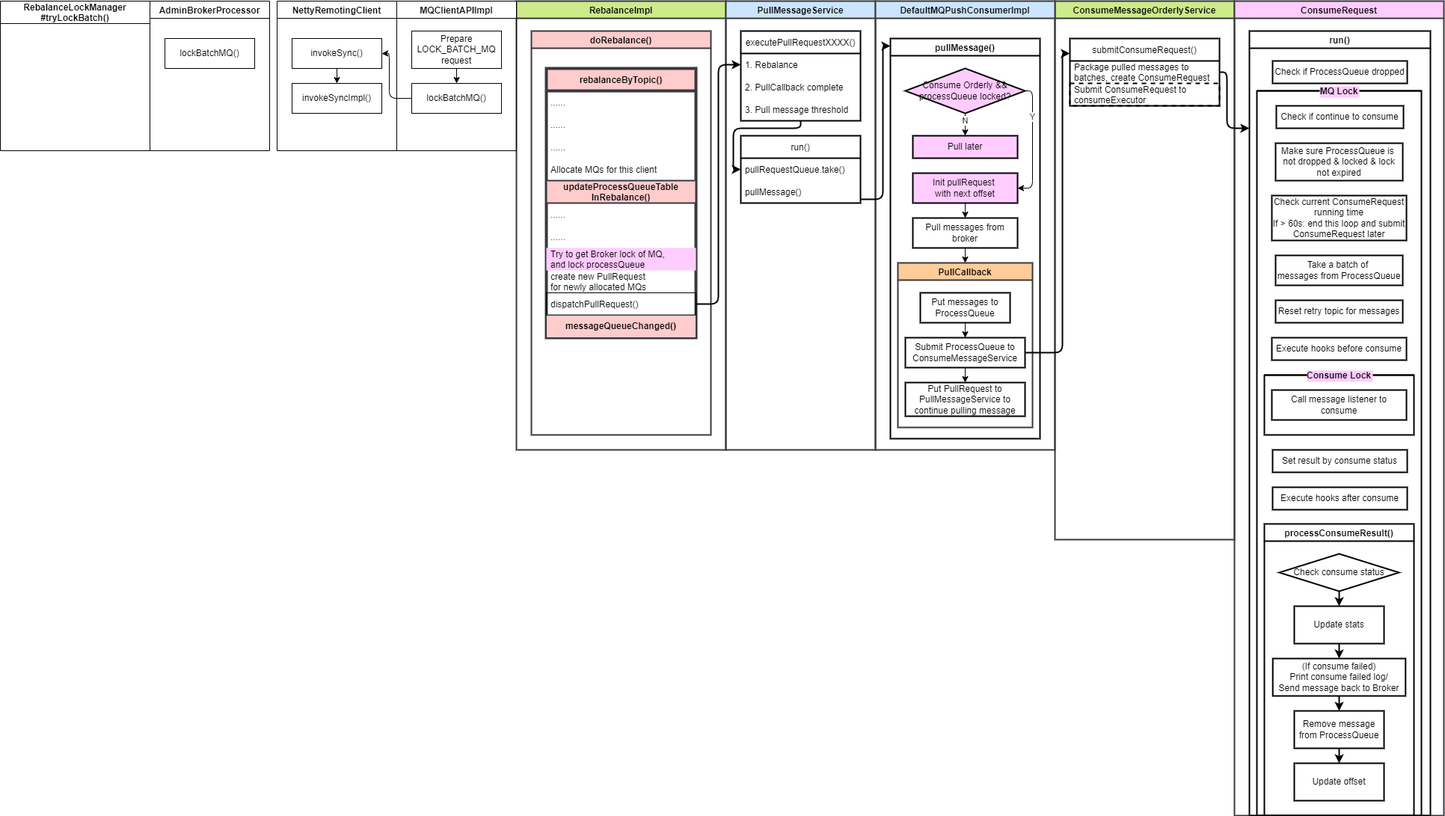
This is assets/rocketmq-consume-message/rocketmq-consumer-message-consume-orderly-process.drawio.png from HScarb/knowledge, a draw.io export, as it was before one commit. Source tidied: cells renumbered, new cells last; positions are measured from the earlier drawing's top-left corner, leaving out a move shared by most shapes.
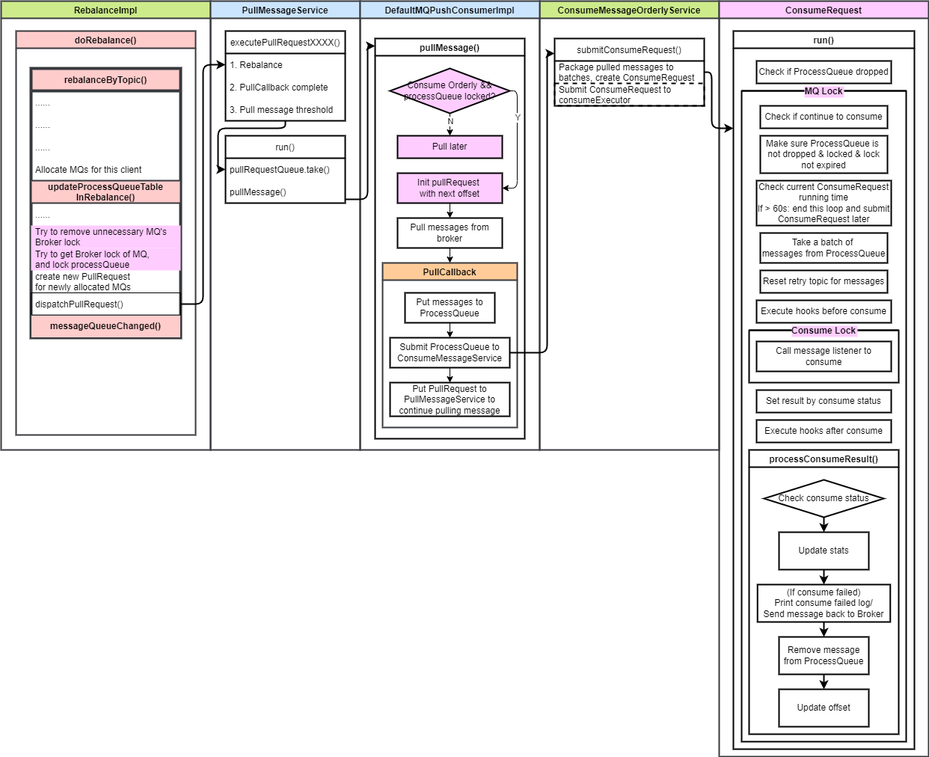
After the commit.

Commit message:
Update consume orderly

Diff of the diagram source:
```diff
@@ -3,7 +3,7 @@
     <mxCell id="0" />
     <mxCell id="1" parent="0" />
     <mxCell id="2" value="ConsumeMessageOrderlyService" style="swimlane;fillColor=#cdeb8b;strokeColor=#36393d;strokeWidth=2;" parent="1" vertex="1">
-      <mxGeometry x="1410" width="240" height="720" as="geometry" />
+      <mxGeometry x="1410" width="240" height="600" as="geometry" />
     </mxCell>
     <mxCell id="3" value="submitConsumeRequest()" style="swimlane;fontStyle=0;horizontal=1;startSize=30;strokeWidth=2;" parent="2" vertex="1">
       <mxGeometry x="20" y="50" width="200" height="90" as="geometry" />
@@ -15,49 +15,49 @@
       <mxGeometry y="60" width="200" height="30" as="geometry" />
     </mxCell>
     <mxCell id="6" value="ConsumeRequest" style="swimlane;fillColor=#FFCCFF;strokeColor=#36393d;strokeWidth=2;" parent="1" vertex="1">
-      <mxGeometry x="1650" width="280" height="1089" as="geometry" />
+      <mxGeometry x="1650" width="280" height="1010" as="geometry" />
     </mxCell>
     <mxCell id="7" value="run()" style="swimlane;labelBackgroundColor=none;strokeWidth=2;" parent="6" vertex="1">
-      <mxGeometry x="20" y="40" width="242" height="1049" as="geometry" />
+      <mxGeometry x="19" y="40" width="242" height="960" as="geometry" />
     </mxCell>
     <mxCell id="8" value="Check if ProcessQueue dropped" style="rounded=0;whiteSpace=wrap;html=1;labelBackgroundColor=none;strokeWidth=2;" parent="7" vertex="1">
       <mxGeometry x="31" y="40" width="180" height="30" as="geometry" />
     </mxCell>
     <mxCell id="9" value="MQ Lock" style="swimlane;startSize=0;labelBackgroundColor=#FFCCFF;strokeWidth=2;fillColor=#FFCCFF;" parent="7" vertex="1">
-      <mxGeometry x="10" y="80" width="220" height="969" as="geometry" />
+      <mxGeometry x="11" y="80" width="220" height="870" as="geometry" />
     </mxCell>
     <mxCell id="10" value="Check if continue to consume" style="rounded=0;whiteSpace=wrap;html=1;labelBackgroundColor=none;strokeWidth=2;" parent="9" vertex="1">
-      <mxGeometry x="26" y="20" width="170" height="30" as="geometry" />
+      <mxGeometry x="25" y="20" width="170" height="30" as="geometry" />
     </mxCell>
     <mxCell id="11" value="Check current ConsumeRequest&lt;br&gt;running time&lt;br&gt;If &amp;gt; 60s: end this loop and submit ConsumeRequest later" style="rounded=0;whiteSpace=wrap;html=1;labelBackgroundColor=none;strokeWidth=2;" parent="9" vertex="1">
-      <mxGeometry x="20" y="140" width="180" height="60" as="geometry" />
+      <mxGeometry x="20" y="120" width="180" height="60" as="geometry" />
     </mxCell>
     <mxCell id="12" value="Take a batch of &lt;br&gt;messages from ProcessQueue" style="rounded=0;whiteSpace=wrap;html=1;labelBackgroundColor=none;strokeWidth=2;" parent="9" vertex="1">
-      <mxGeometry x="25" y="220" width="170" height="40" as="geometry" />
+      <mxGeometry x="25" y="190" width="170" height="40" as="geometry" />
     </mxCell>
     <mxCell id="13" value="Reset retry topic for messages" style="rounded=0;whiteSpace=wrap;html=1;labelBackgroundColor=none;strokeWidth=2;" parent="9" vertex="1">
-      <mxGeometry x="25" y="280" width="170" height="30" as="geometry" />
+      <mxGeometry x="25" y="240" width="170" height="30" as="geometry" />
     </mxCell>
     <mxCell id="14" value="Make sure ProcessQueue is&amp;nbsp;&lt;br&gt;not dropped &amp;amp; locked &amp;amp; lock not expired" style="rounded=0;whiteSpace=wrap;html=1;labelBackgroundColor=none;strokeWidth=2;" parent="9" vertex="1">
-      <mxGeometry x="25" y="70" width="170" height="50" as="geometry" />
+      <mxGeometry x="25" y="60" width="170" height="50" as="geometry" />
     </mxCell>
     <mxCell id="15" value="Execute hooks before consume" style="rounded=0;whiteSpace=wrap;html=1;labelBackgroundColor=none;strokeWidth=2;" parent="9" vertex="1">
-      <mxGeometry x="20" y="330" width="180" height="30" as="geometry" />
+      <mxGeometry x="20" y="280" width="180" height="30" as="geometry" />
     </mxCell>
     <mxCell id="16" value="Consume Lock" style="swimlane;startSize=0;labelBackgroundColor=#FFCCFF;strokeWidth=2;fillColor=#FFCCFF;" parent="9" vertex="1">
-      <mxGeometry x="10" y="380" width="200" height="80" as="geometry" />
+      <mxGeometry x="10" y="320" width="200" height="70" as="geometry" />
     </mxCell>
     <mxCell id="17" value="Call message listener to consume" style="rounded=0;whiteSpace=wrap;html=1;labelBackgroundColor=none;strokeWidth=2;" parent="16" vertex="1">
-      <mxGeometry x="10" y="20" width="180" height="40" as="geometry" />
+      <mxGeometry x="10" y="15" width="180" height="40" as="geometry" />
     </mxCell>
     <mxCell id="18" value="Set result by consume status" style="rounded=0;whiteSpace=wrap;html=1;labelBackgroundColor=none;strokeWidth=2;" parent="9" vertex="1">
-      <mxGeometry x="21" y="480" width="180" height="30" as="geometry" />
+      <mxGeometry x="20" y="400" width="180" height="30" as="geometry" />
     </mxCell>
     <mxCell id="19" value="&lt;span style=&quot;text-align: left&quot;&gt;Execute hooks after consume&lt;/span&gt;" style="rounded=0;whiteSpace=wrap;html=1;labelBackgroundColor=none;strokeWidth=2;" parent="9" vertex="1">
-      <mxGeometry x="21" y="530" width="180" height="30" as="geometry" />
+      <mxGeometry x="20" y="440" width="180" height="30" as="geometry" />
     </mxCell>
     <mxCell id="20" value="processConsumeResult()" style="swimlane;strokeWidth=2;" parent="9" vertex="1">
-      <mxGeometry x="10" y="579" width="200" height="390" as="geometry" />
+      <mxGeometry x="10" y="480" width="200" height="380" as="geometry" />
     </mxCell>
     <mxCell id="21" style="edgeStyle=none;html=1;strokeWidth=2;" parent="20" edge="1" source="22" target="28">
       <mxGeometry relative="1" as="geometry" />
@@ -121,7 +121,7 @@
     <mxCell id="39" value="......" style="text;strokeColor=none;fillColor=none;align=left;verticalAlign=middle;spacingLeft=4;spacingRight=4;overflow=hidden;" parent="38" vertex="1">
       <mxGeometry y="30" width="200" height="30" as="geometry" />
     </mxCell>
-    <mxCell id="40" value="......" style="text;strokeColor=none;fillColor=none;align=left;verticalAlign=middle;spacingLeft=4;spacingRight=4;overflow=hidden;" parent="38" vertex="1">
+    <mxCell id="40" value="Try to remove unnecessary MQ's&#10;Broker lock" style="text;strokeColor=none;fillColor=#FFCCFF;align=left;verticalAlign=middle;spacingLeft=4;spacingRight=4;overflow=hidden;" parent="38" vertex="1">
       <mxGeometry y="60" width="200" height="30" as="geometry" />
     </mxCell>
     <mxCell id="41" value="Try to get Broker lock of MQ,&#10;and lock processQueue" style="text;strokeColor=none;fillColor=#FFCCFF;align=left;verticalAlign=middle;spacingLeft=4;spacingRight=4;overflow=hidden;" parent="38" vertex="1">
@@ -251,46 +251,5 @@
         </Array>
       </mxGeometry>
     </mxCell>
-    <mxCell id="75" value="MQClientAPIImpl" style="swimlane;labelBackgroundColor=none;" parent="1" vertex="1">
-      <mxGeometry x="530" width="160" height="200" as="geometry" />
-    </mxCell>
-    <mxCell id="76" value="lockBatchMQ()" style="rounded=0;whiteSpace=wrap;html=1;labelBackgroundColor=none;" parent="75" vertex="1">
-      <mxGeometry x="20" y="110" width="120" height="40" as="geometry" />
-    </mxCell>
-    <mxCell id="77" style="edgeStyle=none;html=1;" parent="75" edge="1" source="78" target="76">
-      <mxGeometry relative="1" as="geometry" />
-    </mxCell>
-    <mxCell id="78" value="Prepare LOCK_BATCH_MQ&lt;br&gt;request" style="rounded=0;whiteSpace=wrap;html=1;labelBackgroundColor=none;" parent="75" vertex="1">
-      <mxGeometry x="20" y="40" width="120" height="50" as="geometry" />
-    </mxCell>
-    <mxCell id="79" value="NettyRemotingClient" style="swimlane;labelBackgroundColor=none;" parent="1" vertex="1">
-      <mxGeometry x="370" width="160" height="200" as="geometry" />
-    </mxCell>
-    <mxCell id="80" style="edgeStyle=orthogonalEdgeStyle;html=1;" parent="79" edge="1" source="81" target="82">
-      <mxGeometry relative="1" as="geometry" />
-    </mxCell>
-    <mxCell id="81" value="invokeSync()" style="rounded=0;whiteSpace=wrap;html=1;labelBackgroundColor=none;" parent="79" vertex="1">
-      <mxGeometry x="20" y="50" width="120" height="40" as="geometry" />
-    </mxCell>
-    <mxCell id="82" value="invokeSyncImpl()" style="rounded=0;whiteSpace=wrap;html=1;labelBackgroundColor=none;" parent="79" vertex="1">
-      <mxGeometry x="20" y="110" width="120" height="40" as="geometry" />
-    </mxCell>
-    <mxCell id="83" style="edgeStyle=orthogonalEdgeStyle;html=1;" parent="1" edge="1" source="76" target="81">
-      <mxGeometry relative="1" as="geometry">
-        <Array as="points">
-          <mxPoint x="520" y="130" />
-          <mxPoint x="520" y="70" />
-        </Array>
-      </mxGeometry>
-    </mxCell>
-    <mxCell id="84" value="AdminBrokerProcessor" style="swimlane;labelBackgroundColor=none;" parent="1" vertex="1">
-      <mxGeometry x="200" width="160" height="200" as="geometry" />
-    </mxCell>
-    <mxCell id="85" value="lockBatchMQ()" style="rounded=0;whiteSpace=wrap;html=1;labelBackgroundColor=none;" parent="84" vertex="1">
-      <mxGeometry x="20" y="50" width="120" height="40" as="geometry" />
-    </mxCell>
-    <mxCell id="86" value="RebalanceLockManager&#10;#tryLockBatch()" style="swimlane;labelBackgroundColor=none;startSize=30;" parent="1" vertex="1">
-      <mxGeometry width="200" height="200" as="geometry" />
-    </mxCell>
   </root>
 </mxGraphModel>
```
